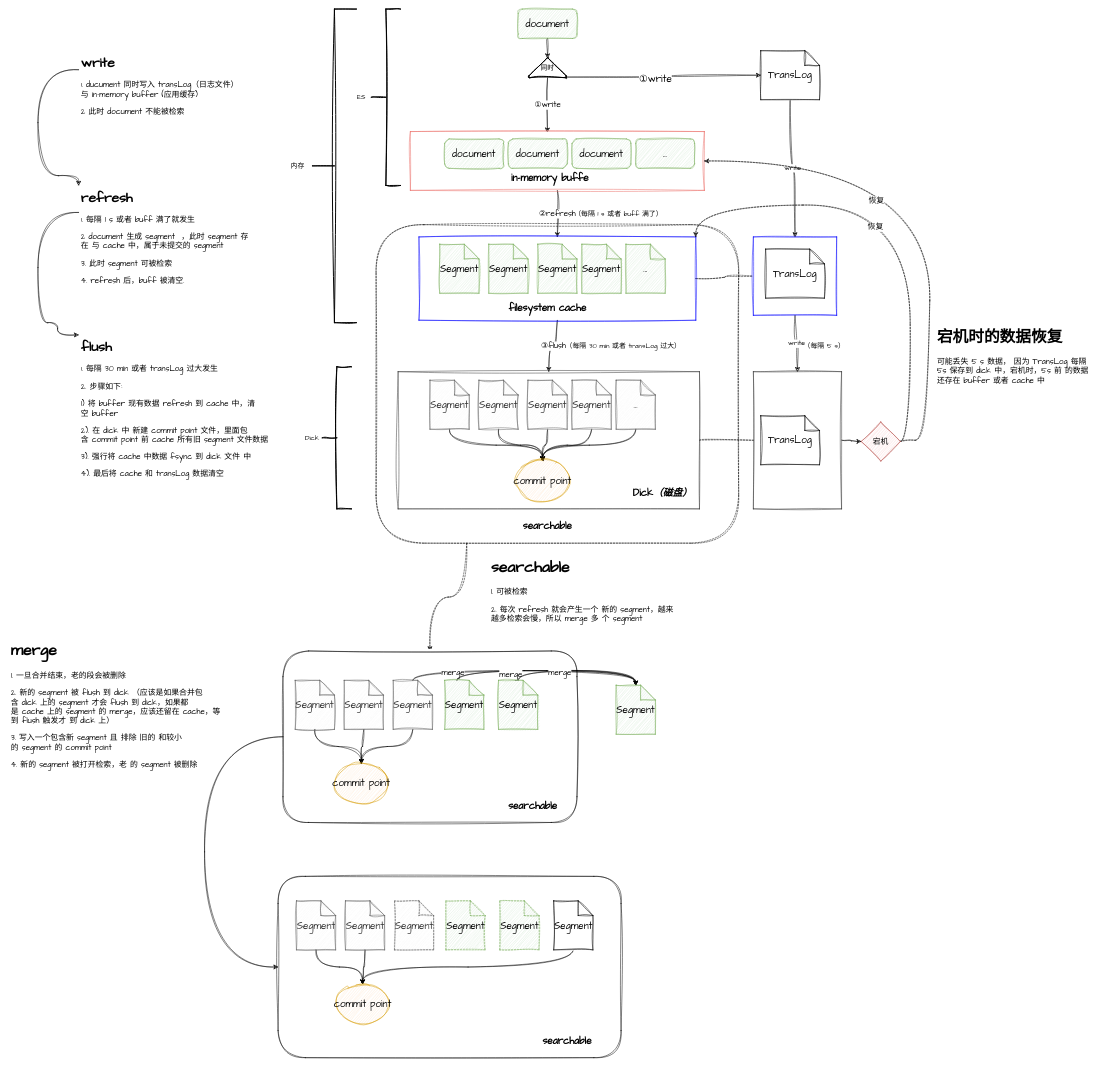
Earlier version of the draw.io diagram 消息中间件/未命名绘图.drawio (LeslieJiang/myStudy). Source tidied: cells renumbered, new cells numbered last; positions are measured from the earlier drawing's top-left corner, leaving out a move shared by most shapes. Both pictures are drawn from the tidied source at 49%, with x=0, y=0 at pixel (8, 9).
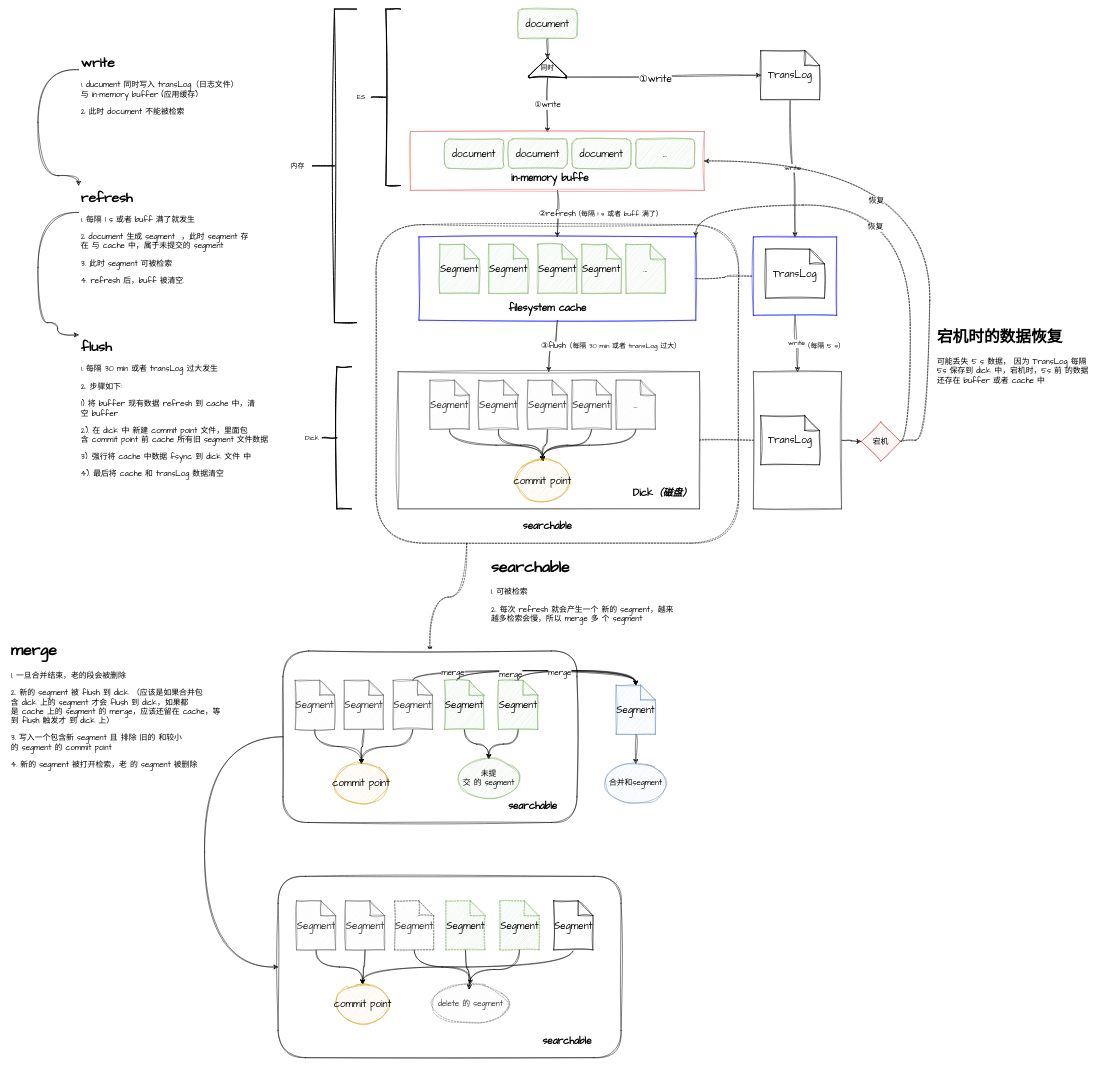
The same diagram, later.

Unchanged cells that the change refers to:
```xml
<mxCell id="83" value="Segment" style="shape=note;whiteSpace=wrap;html=1;backgroundOutline=1;darkOpacity=0.05;sketch=1;hachureGap=4;jiggle=2;fontFamily=Architects Daughter;fontSize=20;fillColor=#d5e8d4;strokeColor=#82b366;" parent="1" vertex="1">
  <mxGeometry x="890" y="1370" width="80" height="100" as="geometry" />
</mxCell>
<mxCell id="87" value="Segment" style="shape=note;whiteSpace=wrap;html=1;backgroundOutline=1;darkOpacity=0.05;sketch=1;hachureGap=4;jiggle=2;fontFamily=Architects Daughter;fontSize=20;fillColor=#d5e8d4;strokeColor=#82b366;" parent="1" vertex="1">
  <mxGeometry x="1000" y="1370" width="80" height="100" as="geometry" />
</mxCell>
<mxCell id="94" value="Segment" style="shape=note;whiteSpace=wrap;html=1;backgroundOutline=1;darkOpacity=0.05;sketch=1;hachureGap=4;jiggle=2;fontFamily=Architects Daughter;fontSize=20;fillColor=#f5f5f5;fontColor=#333333;strokeColor=#666666;dashed=1;" parent="1" vertex="1">
  <mxGeometry x="787.5" y="1820" width="80" height="100" as="geometry" />
</mxCell>
<mxCell id="95" value="Segment" style="shape=note;whiteSpace=wrap;html=1;backgroundOutline=1;darkOpacity=0.05;sketch=1;hachureGap=4;jiggle=2;fontFamily=Architects Daughter;fontSize=20;fillColor=#d5e8d4;strokeColor=#82b366;dashed=1;" parent="1" vertex="1">
  <mxGeometry x="892.5" y="1820" width="80" height="100" as="geometry" />
</mxCell>
<mxCell id="97" value="Segment" style="shape=note;whiteSpace=wrap;html=1;backgroundOutline=1;darkOpacity=0.05;sketch=1;hachureGap=4;jiggle=2;fontFamily=Architects Daughter;fontSize=20;fillColor=#d5e8d4;strokeColor=#82b366;dashed=1;" parent="1" vertex="1">
  <mxGeometry x="1002.5" y="1820" width="80" height="100" as="geometry" />
</mxCell>
```

Change to the diagram source:
```diff
@@
+    <mxCell id="102" style="edgeStyle=orthogonalEdgeStyle;curved=1;rounded=0;sketch=1;hachureGap=4;jiggle=2;jettySize=auto;html=1;exitX=0.5;exitY=1;exitDx=0;exitDy=0;exitPerimeter=0;entryX=0.5;entryY=0;entryDx=0;entryDy=0;fontFamily=Architects Daughter;fontSize=16;endArrow=classic;endFill=1;" parent="1" edge="1" source="83" target="108">
+      <mxGeometry relative="1" as="geometry" />
+    </mxCell>
@@
+    <mxCell id="103" style="edgeStyle=orthogonalEdgeStyle;curved=1;rounded=0;sketch=1;hachureGap=4;jiggle=2;jettySize=auto;html=1;exitX=0.5;exitY=1;exitDx=0;exitDy=0;exitPerimeter=0;fontFamily=Architects Daughter;fontSize=16;endArrow=classic;endFill=1;" parent="1" edge="1" source="87">
+      <mxGeometry relative="1" as="geometry">
+        <mxPoint x="980" y="1530" as="targetPoint" />
+      </mxGeometry>
+    </mxCell>
@@
+    <mxCell id="104" style="edgeStyle=orthogonalEdgeStyle;curved=1;rounded=0;sketch=1;hachureGap=4;jiggle=2;jettySize=auto;html=1;exitX=0.5;exitY=1;exitDx=0;exitDy=0;exitPerimeter=0;entryX=0.5;entryY=0;entryDx=0;entryDy=0;fontFamily=Architects Daughter;fontSize=16;endArrow=classic;endFill=1;" parent="1" edge="1" source="88" target="109">
+      <mxGeometry relative="1" as="geometry" />
+    </mxCell>
-    <mxCell id="88" value="Segment" style="shape=note;whiteSpace=wrap;html=1;backgroundOutline=1;darkOpacity=0.05;sketch=1;hachureGap=4;jiggle=2;fontFamily=Architects Daughter;fontSize=20;fillColor=#d5e8d4;strokeColor=#82b366;" parent="1" vertex="1">
+    <mxCell id="88" value="Segment" style="shape=note;whiteSpace=wrap;html=1;backgroundOutline=1;darkOpacity=0.05;sketch=1;hachureGap=4;jiggle=2;fontFamily=Architects Daughter;fontSize=20;fillColor=#dae8fc;strokeColor=#6c8ebf;" parent="1" vertex="1">
       <mxGeometry x="1240" y="1380" width="80" height="100" as="geometry" />
     </mxCell>
@@
+    <mxCell id="105" style="edgeStyle=orthogonalEdgeStyle;curved=1;rounded=0;sketch=1;hachureGap=4;jiggle=2;jettySize=auto;html=1;exitX=0.5;exitY=1;exitDx=0;exitDy=0;exitPerimeter=0;entryX=0.5;entryY=0;entryDx=0;entryDy=0;fontFamily=Architects Daughter;fontSize=16;endArrow=classic;endFill=1;" parent="1" edge="1" source="94" target="110">
+      <mxGeometry relative="1" as="geometry" />
+    </mxCell>
@@
+    <mxCell id="106" style="edgeStyle=orthogonalEdgeStyle;curved=1;rounded=0;sketch=1;hachureGap=4;jiggle=2;jettySize=auto;html=1;exitX=0.5;exitY=1;exitDx=0;exitDy=0;exitPerimeter=0;fontFamily=Architects Daughter;fontSize=16;endArrow=classic;endFill=1;" parent="1" edge="1" source="95">
+      <mxGeometry relative="1" as="geometry">
+        <mxPoint x="940" y="2000" as="targetPoint" />
+      </mxGeometry>
+    </mxCell>
@@
+    <mxCell id="107" style="edgeStyle=orthogonalEdgeStyle;curved=1;rounded=0;sketch=1;hachureGap=4;jiggle=2;jettySize=auto;html=1;exitX=0.5;exitY=1;exitDx=0;exitDy=0;exitPerimeter=0;fontFamily=Architects Daughter;fontSize=16;endArrow=classic;endFill=1;" parent="1" edge="1" source="97">
+      <mxGeometry relative="1" as="geometry">
+        <mxPoint x="940" y="2000" as="targetPoint" />
+      </mxGeometry>
+    </mxCell>
@@
+    <mxCell id="108" value="未提交&amp;nbsp;的&amp;nbsp;segment" style="ellipse;whiteSpace=wrap;html=1;rounded=1;glass=0;sketch=1;hachureGap=4;jiggle=2;strokeColor=#82b366;fontFamily=Architects Daughter;fontSize=16;fillColor=#d5e8d4;" parent="1" vertex="1">
+      <mxGeometry x="920" y="1530" width="120" height="80" as="geometry" />
+    </mxCell>
+    <mxCell id="109" value="合并和segment" style="ellipse;whiteSpace=wrap;html=1;rounded=1;glass=0;sketch=1;hachureGap=4;jiggle=2;strokeColor=#6c8ebf;fontFamily=Architects Daughter;fontSize=16;fillColor=#dae8fc;" parent="1" vertex="1">
+      <mxGeometry x="1220" y="1540" width="120" height="80" as="geometry" />
+    </mxCell>
+    <mxCell id="110" value="delete&amp;nbsp;的&amp;nbsp;segment" style="ellipse;whiteSpace=wrap;html=1;rounded=1;glass=0;sketch=1;hachureGap=4;jiggle=2;fontFamily=Architects Daughter;fontSize=16;dashed=1;fillColor=#f5f5f5;fontColor=#333333;strokeColor=#666666;" parent="1" vertex="1">
+      <mxGeometry x="867.5" y="1990" width="150" height="80" as="geometry" />
+    </mxCell>
```
